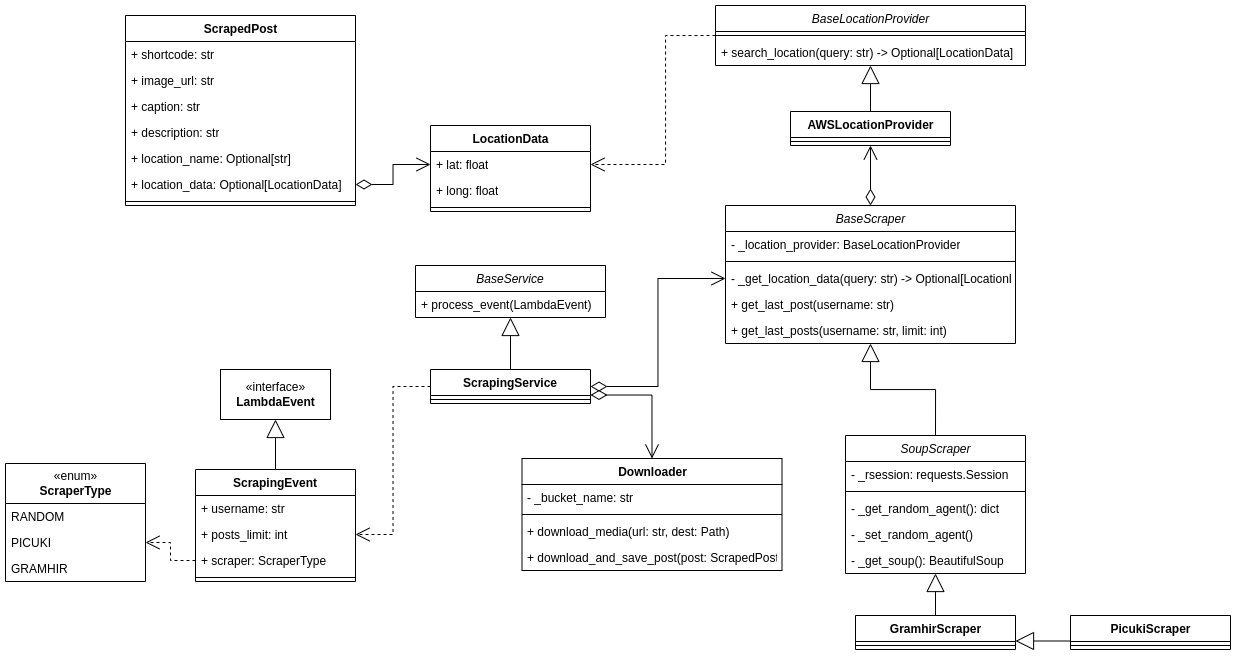
Earlier version of the draw.io export src/Esterni/Specifica_Architetturale/sezioni/images/cd_scraping.png (Bug-s-Bunny-Team/docs). Source tidied: cells renumbered, new cells last; positions are measured from the earlier drawing's top-left corner, leaving out a move shared by most shapes.
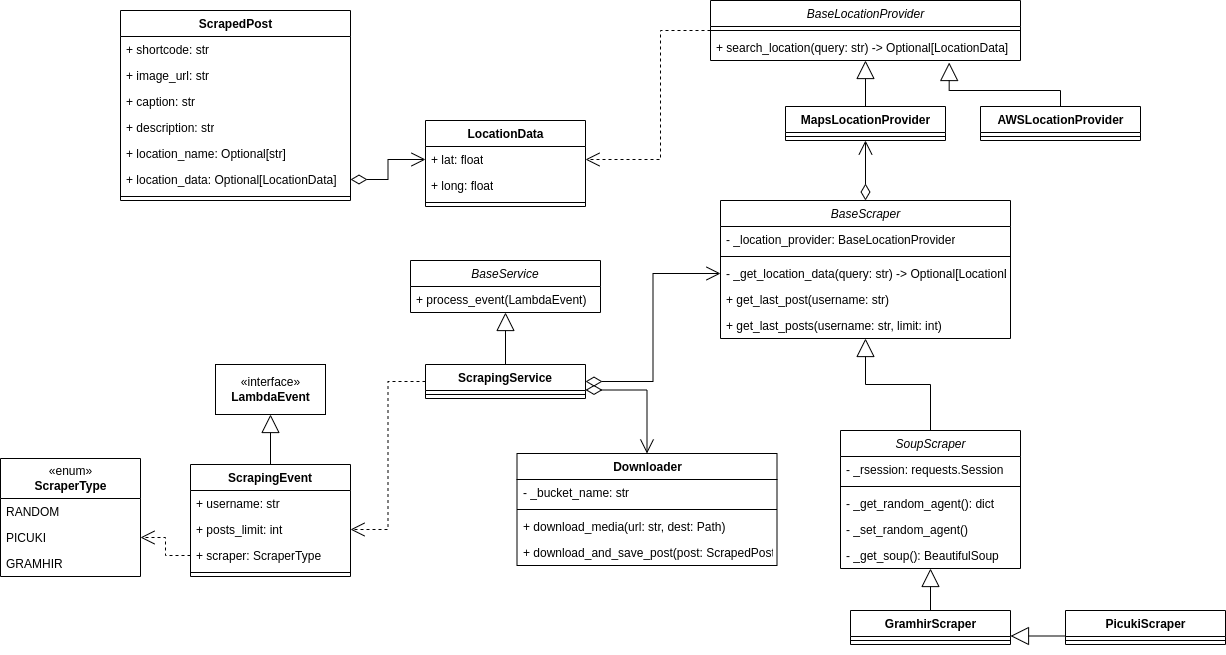
Later version of the same file.

Change to the diagram source:
```diff
@@ -95,7 +95,7 @@
     <mxCell id="32" value="+ search_location(query: str) -&amp;gt; Optional[LocationData]" style="text;strokeColor=none;fillColor=none;align=left;verticalAlign=top;spacingLeft=4;spacingRight=4;overflow=hidden;points=[[0,0.5],[1,0.5]];portConstraint=eastwest;html=1;" parent="30" vertex="1">
       <mxGeometry y="34" width="310" height="26" as="geometry" />
     </mxCell>
-    <mxCell id="33" value="AWSLocationProvider" style="swimlane;fontStyle=1;align=center;verticalAlign=top;horizontal=1;startSize=26;html=1;" parent="1" vertex="1">
+    <mxCell id="33" value="MapsLocationProvider" style="swimlane;fontStyle=1;align=center;verticalAlign=top;horizontal=1;startSize=26;html=1;" parent="1" vertex="1">
       <mxGeometry x="785" y="106" width="160" height="34" as="geometry" />
     </mxCell>
     <mxCell id="34" style="line;strokeWidth=1;fillColor=none;align=left;verticalAlign=middle;spacingTop=-1;spacingLeft=3;spacingRight=3;labelPosition=right;html=1;" parent="33" vertex="1">
@@ -202,5 +202,19 @@
     <mxCell id="66" style="endArrow=open;html=1;endSize=12;startArrow=diamondThin;startSize=14;startFill=0;edgeStyle=orthogonalEdgeStyle;align=left;verticalAlign=bottom;rounded=0;exitX=1;exitY=0.5;exitDx=0;exitDy=0;entryX=0;entryY=0.5;entryDx=0;entryDy=0;" parent="1" edge="1" source="24" target="27">
       <mxGeometry x="-1" y="3" relative="1" as="geometry" />
     </mxCell>
+    <mxCell id="67" value="AWSLocationProvider" style="swimlane;fontStyle=1;align=center;verticalAlign=top;horizontal=1;startSize=26;html=1;" parent="1" vertex="1">
+      <mxGeometry x="980" y="106" width="160" height="34" as="geometry" />
+    </mxCell>
+    <mxCell id="68" style="line;strokeWidth=1;fillColor=none;align=left;verticalAlign=middle;spacingTop=-1;spacingLeft=3;spacingRight=3;labelPosition=right;html=1;" parent="67" vertex="1">
+      <mxGeometry y="26" width="160" height="8" as="geometry" />
+    </mxCell>
+    <mxCell id="69" style="endArrow=block;endSize=16;endFill=0;html=1;rounded=0;edgeStyle=orthogonalEdgeStyle;exitX=0.5;exitY=0;exitDx=0;exitDy=0;entryX=0.77;entryY=1.077;entryDx=0;entryDy=0;entryPerimeter=0;" parent="1" edge="1" source="67" target="32">
+      <mxGeometry relative="1" as="geometry">
+        <Array as="points">
+          <mxPoint x="1060" y="90" />
+          <mxPoint x="949" y="90" />
+        </Array>
+      </mxGeometry>
+    </mxCell>
   </root>
 </mxGraphModel>
```
